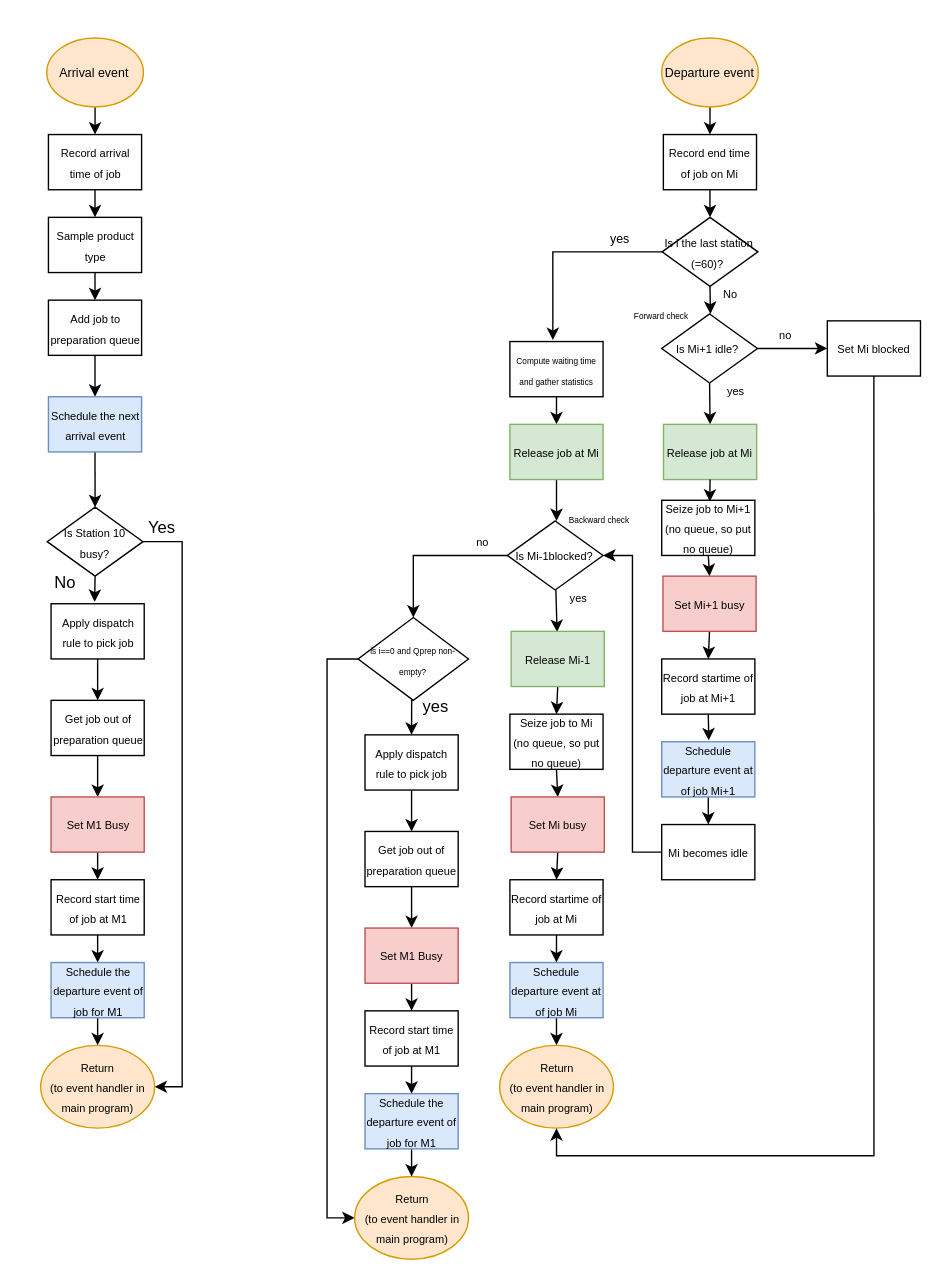
Above: page "4.1.3_2" (2 of 2) of MIC.drawio in Chaiyachet211311/MIC-1CV50 (draw.io), before the change. Source tidied: cells renumbered, new cells numbered last; positions are measured from the earlier drawing's top-left corner, leaving out a move shared by most shapes. Both pictures are drawn from the tidied source at 138%, with x=0, y=0 at pixel (40, 37).
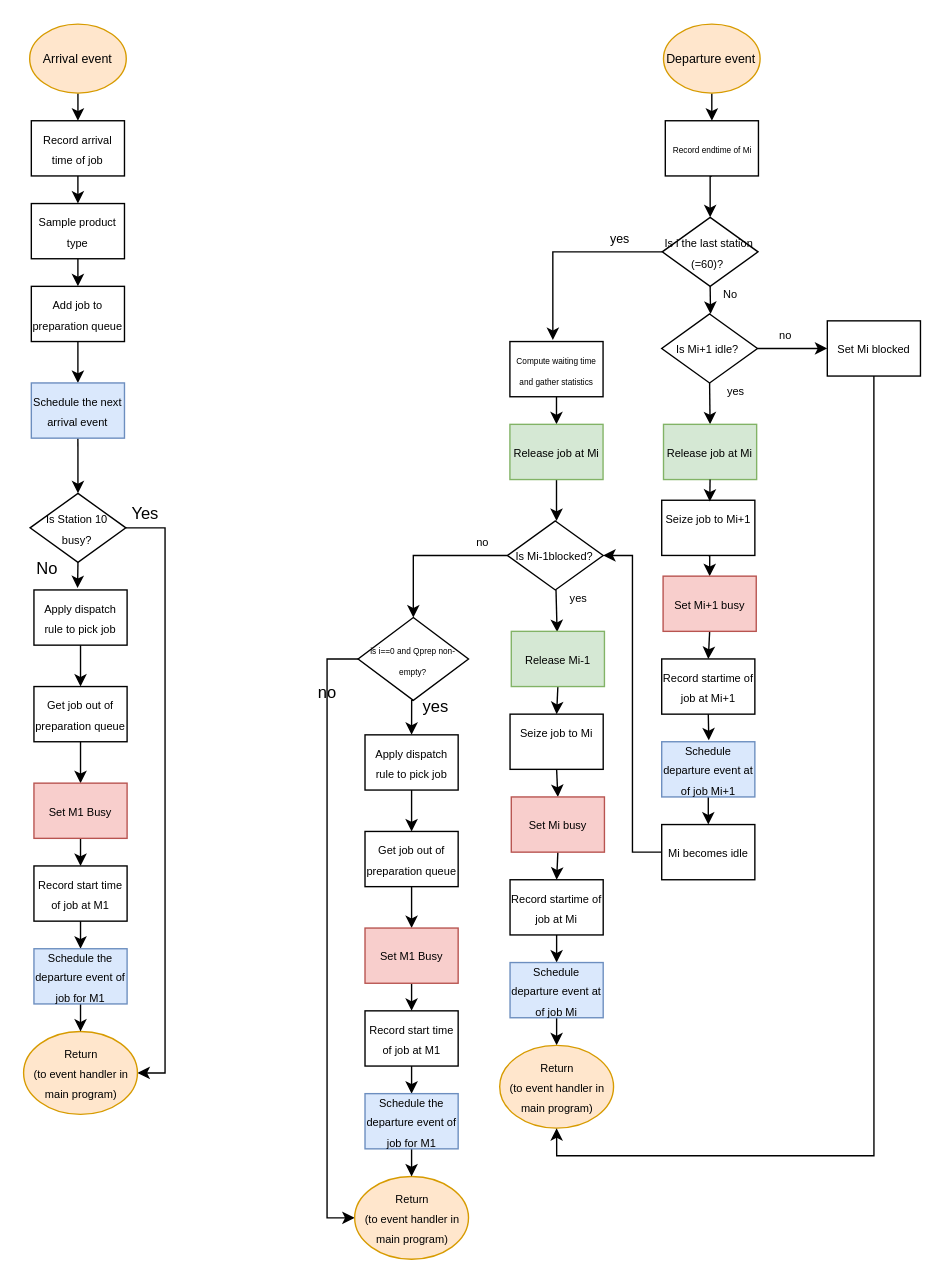
After the change.

Diff of the diagram source:
```diff
@@
     <mxCell id="3" value="&lt;font style=&quot;font-size: 9px;&quot;&gt;Arrival event&lt;/font&gt;" style="ellipse;whiteSpace=wrap;html=1;fillColor=#ffe6cc;strokeColor=#d79b00;" parent="1" vertex="1">
-      <mxGeometry x="4.4" width="70" height="50" as="geometry" />
+      <mxGeometry x="-8" y="-10" width="70" height="50" as="geometry" />
     </mxCell>
@@
     <mxCell id="5" value="&lt;span style=&quot;font-size: 8px;&quot;&gt;Record arrival time of job&lt;/span&gt;" style="rounded=0;whiteSpace=wrap;html=1;" parent="1" vertex="1">
-      <mxGeometry x="5.6" y="70" width="67.5" height="40" as="geometry" />
+      <mxGeometry x="-6.8" y="60" width="67.5" height="40" as="geometry" />
     </mxCell>
@@
     <mxCell id="7" value="&lt;span style=&quot;font-size: 8px;&quot;&gt;Sample product type&lt;/span&gt;" style="rounded=0;whiteSpace=wrap;html=1;" parent="1" vertex="1">
-      <mxGeometry x="5.6" y="130" width="67.5" height="40" as="geometry" />
+      <mxGeometry x="-6.8" y="120" width="67.5" height="40" as="geometry" />
     </mxCell>
@@
     <mxCell id="9" value="&lt;span style=&quot;font-size: 8px;&quot;&gt;Add job to preparation queue&lt;/span&gt;" style="rounded=0;whiteSpace=wrap;html=1;" parent="1" vertex="1">
-      <mxGeometry x="5.6" y="190" width="67.5" height="40" as="geometry" />
+      <mxGeometry x="-6.8" y="180" width="67.5" height="40" as="geometry" />
     </mxCell>
@@
     <mxCell id="11" value="&lt;font style=&quot;font-size: 8px;&quot;&gt;Is Station 10 busy?&lt;/font&gt;" style="rhombus;whiteSpace=wrap;html=1;" parent="1" vertex="1">
-      <mxGeometry x="4.7" y="340" width="69.4" height="50" as="geometry" />
+      <mxGeometry x="-7.7" y="330" width="69.4" height="50" as="geometry" />
     </mxCell>
@@
     <mxCell id="13" value="&lt;span style=&quot;font-size: 8px;&quot;&gt;Apply dispatch rule to pick job&lt;/span&gt;" style="rounded=0;whiteSpace=wrap;html=1;" parent="1" vertex="1">
-      <mxGeometry x="7.5" y="410" width="67.5" height="40" as="geometry" />
+      <mxGeometry x="-4.9" y="400" width="67.5" height="40" as="geometry" />
     </mxCell>
@@
     <mxCell id="15" value="&lt;span style=&quot;font-size: 8px;&quot;&gt;Get job out of preparation queue&lt;/span&gt;" style="rounded=0;whiteSpace=wrap;html=1;" parent="1" vertex="1">
-      <mxGeometry x="7.5" y="480" width="67.5" height="40" as="geometry" />
+      <mxGeometry x="-4.9" y="470" width="67.5" height="40" as="geometry" />
     </mxCell>
     <mxCell id="16" value="&lt;font style=&quot;font-size: 8px;&quot;&gt;Return&lt;/font&gt;&lt;div&gt;&lt;font style=&quot;font-size: 8px;&quot;&gt;(to event handler in main program)&lt;/font&gt;&lt;/div&gt;" style="ellipse;whiteSpace=wrap;html=1;fillColor=#ffe6cc;strokeColor=#d79b00;" parent="1" vertex="1">
-      <mxGeometry y="730" width="82.5" height="60" as="geometry" />
+      <mxGeometry x="-12.4" y="720" width="82.5" height="60" as="geometry" />
     </mxCell>
@@
     <mxCell id="18" value="No" style="text;html=1;whiteSpace=wrap;strokeColor=none;fillColor=none;align=center;verticalAlign=middle;rounded=0;" parent="1" vertex="1">
-      <mxGeometry x="7.5" y="390" width="20" height="10" as="geometry" />
+      <mxGeometry x="-4.9" y="380" width="20" height="10" as="geometry" />
     </mxCell>
     <mxCell id="19" value="Yes" style="text;html=1;whiteSpace=wrap;strokeColor=none;fillColor=none;align=center;verticalAlign=middle;rounded=0;" parent="1" vertex="1">
-      <mxGeometry x="73.1" y="350" width="30" height="10" as="geometry" />
+      <mxGeometry x="60.7" y="340" width="30" height="10" as="geometry" />
     </mxCell>
-    <mxCell id="20" style="edgeStyle=orthogonalEdgeStyle;rounded=0;jettySize=auto;html=1;exitX=0.5;exitY=1;exitDx=0;exitDy=0;entryX=0.5;entryY=0;entryDx=0;entryDy=0;" parent="1" edge="1" source="21" target="23">
-      <mxGeometry relative="1" as="geometry" />
-    </mxCell>
+    <mxCell id="93" style="edgeStyle=orthogonalEdgeStyle;rounded=0;jettySize=auto;html=1;exitX=0.5;exitY=1;exitDx=0;exitDy=0;entryX=0.5;entryY=0;entryDx=0;entryDy=0;" parent="1" edge="1" source="21" target="96">
+      <mxGeometry relative="1" as="geometry" />
+    </mxCell>
     <mxCell id="21" value="&lt;font style=&quot;font-size: 9px;&quot;&gt;Departure event&lt;/font&gt;" style="ellipse;whiteSpace=wrap;html=1;fillColor=#ffe6cc;strokeColor=#d79b00;" parent="1" vertex="1">
-      <mxGeometry x="450" width="70" height="50" as="geometry" />
+      <mxGeometry x="451.3" y="-10" width="70" height="50" as="geometry" />
     </mxCell>
-    <mxCell id="22" style="edgeStyle=orthogonalEdgeStyle;rounded=0;jettySize=auto;html=1;exitX=0.5;exitY=1;exitDx=0;exitDy=0;entryX=0.5;entryY=0;entryDx=0;entryDy=0;" parent="1" edge="1" source="23">
-      <mxGeometry relative="1" as="geometry">
-        <mxPoint x="485" y="130" as="targetPoint" />
-      </mxGeometry>
-    </mxCell>
-    <mxCell id="23" value="&lt;span style=&quot;font-size: 8px;&quot;&gt;Record end time of job on Mi&lt;/span&gt;" style="rounded=0;whiteSpace=wrap;html=1;" parent="1" vertex="1">
-      <mxGeometry x="451.2" y="70" width="67.5" height="40" as="geometry" />
-    </mxCell>
@@
     <mxCell id="25" value="&lt;span style=&quot;font-size: 8px;&quot;&gt;Schedule the next arrival event&lt;/span&gt;" style="rounded=0;whiteSpace=wrap;html=1;fillColor=#dae8fc;strokeColor=#6c8ebf;" parent="1" vertex="1">
-      <mxGeometry x="5.6" y="260" width="67.5" height="40" as="geometry" />
+      <mxGeometry x="-6.8" y="250" width="67.5" height="40" as="geometry" />
     </mxCell>
@@
     <mxCell id="27" value="&lt;span style=&quot;font-size: 8px;&quot;&gt;Set M1 Busy&lt;/span&gt;" style="rounded=0;whiteSpace=wrap;html=1;fillColor=#f8cecc;strokeColor=#b85450;" parent="1" vertex="1">
-      <mxGeometry x="7.5" y="550" width="67.5" height="40" as="geometry" />
+      <mxGeometry x="-4.9" y="540" width="67.5" height="40" as="geometry" />
     </mxCell>
@@
     <mxCell id="29" value="&lt;span style=&quot;font-size: 8px;&quot;&gt;Record start time of job at M1&lt;/span&gt;" style="rounded=0;whiteSpace=wrap;html=1;" parent="1" vertex="1">
-      <mxGeometry x="7.5" y="610" width="67.5" height="40" as="geometry" />
+      <mxGeometry x="-4.9" y="600" width="67.5" height="40" as="geometry" />
     </mxCell>
@@
     <mxCell id="31" value="&lt;span style=&quot;font-size: 8px;&quot;&gt;Schedule the departure event of job for M1&lt;/span&gt;" style="rounded=0;whiteSpace=wrap;html=1;fillColor=#dae8fc;strokeColor=#6c8ebf;" parent="1" vertex="1">
-      <mxGeometry x="7.5" y="670" width="67.5" height="40" as="geometry" />
+      <mxGeometry x="-4.9" y="660" width="67.5" height="40" as="geometry" />
     </mxCell>
     <mxCell id="32" style="edgeStyle=orthogonalEdgeStyle;rounded=0;jettySize=auto;html=1;exitX=0.5;exitY=1;exitDx=0;exitDy=0;entryX=0.5;entryY=0;entryDx=0;entryDy=0;" parent="1" edge="1" source="33">
       <mxGeometry relative="1" as="geometry">
-        <mxPoint x="485.3" y="200" as="targetPoint" />
+        <mxPoint x="485.4" y="200" as="targetPoint" />
       </mxGeometry>
     </mxCell>
     <mxCell id="33" value="&lt;span style=&quot;font-size: 8px;&quot;&gt;Is i the last station (=60)?&amp;nbsp;&lt;/span&gt;" style="rhombus;whiteSpace=wrap;html=1;" parent="1" vertex="1">
-      <mxGeometry x="450.3" y="130" width="69.4" height="50" as="geometry" />
+      <mxGeometry x="450.4" y="130" width="69.4" height="50" as="geometry" />
     </mxCell>
@@
     <mxCell id="42" value="&lt;span style=&quot;font-size: 8px;&quot;&gt;Is Mi-1blocked?&lt;/span&gt;" style="rhombus;whiteSpace=wrap;html=1;" parent="1" vertex="1">
-      <mxGeometry x="338.1" y="350" width="69.4" height="50" as="geometry" />
+      <mxGeometry x="338.2" y="350" width="69.4" height="50" as="geometry" />
     </mxCell>
     <mxCell id="43" style="edgeStyle=orthogonalEdgeStyle;rounded=0;orthogonalLoop=1;jettySize=auto;html=1;exitX=0.5;exitY=1;exitDx=0;exitDy=0;entryX=0.526;entryY=0.013;entryDx=0;entryDy=0;entryPerimeter=0;" parent="1" edge="1">
       <mxGeometry relative="1" as="geometry">
-        <mxPoint x="373.3" y="400" as="sourcePoint" />
+        <mxPoint x="373.4" y="400" as="sourcePoint" />
         <mxPoint x="374.2" y="430.5" as="targetPoint" />
       </mxGeometry>
     </mxCell>
@@
     <mxCell id="46" value="&lt;font style=&quot;font-size: 8px;&quot;&gt;Release Mi-1&lt;/font&gt;" style="rounded=0;whiteSpace=wrap;html=1;fillColor=#d5e8d4;strokeColor=#82b366;" parent="1" vertex="1">
-      <mxGeometry x="340.9" y="430" width="67.5" height="40" as="geometry" />
+      <mxGeometry x="341" y="430" width="67.5" height="40" as="geometry" />
     </mxCell>
@@
-    <mxCell id="48" value="&lt;span style=&quot;font-size: 8px;&quot;&gt;Seize job to Mi&lt;/span&gt;&lt;div&gt;&lt;span style=&quot;font-size: 8px;&quot;&gt;(no queue, so put no queue)&lt;/span&gt;&lt;/div&gt;" style="rounded=0;whiteSpace=wrap;html=1;" parent="1" vertex="1">
-      <mxGeometry x="340" y="490" width="67.5" height="40" as="geometry" />
+    <mxCell id="48" value="&lt;span style=&quot;font-size: 8px;&quot;&gt;Seize job to Mi&lt;/span&gt;&lt;div&gt;&lt;br&gt;&lt;/div&gt;" style="rounded=0;whiteSpace=wrap;html=1;" parent="1" vertex="1">
+      <mxGeometry x="340.1" y="490" width="67.5" height="40" as="geometry" />
     </mxCell>
@@
     <mxCell id="50" value="&lt;span style=&quot;font-size: 8px;&quot;&gt;Set Mi busy&lt;/span&gt;" style="rounded=0;whiteSpace=wrap;html=1;fillColor=#f8cecc;strokeColor=#b85450;" parent="1" vertex="1">
-      <mxGeometry x="340.9" y="550" width="67.5" height="40" as="geometry" />
+      <mxGeometry x="341" y="550" width="67.5" height="40" as="geometry" />
     </mxCell>
@@
     <mxCell id="52" value="&lt;span style=&quot;font-size: 8px;&quot;&gt;Record startime of job at Mi&lt;/span&gt;" style="rounded=0;whiteSpace=wrap;html=1;" parent="1" vertex="1">
-      <mxGeometry x="340" y="610" width="67.5" height="40" as="geometry" />
+      <mxGeometry x="340.1" y="610" width="67.5" height="40" as="geometry" />
     </mxCell>
@@
     <mxCell id="54" value="&lt;span style=&quot;font-size: 8px;&quot;&gt;Schedule departure event at of job Mi&lt;/span&gt;" style="rounded=0;whiteSpace=wrap;html=1;fillColor=#dae8fc;strokeColor=#6c8ebf;" parent="1" vertex="1">
-      <mxGeometry x="340" y="670" width="67.5" height="40" as="geometry" />
+      <mxGeometry x="340.1" y="670" width="67.5" height="40" as="geometry" />
     </mxCell>
     <mxCell id="55" value="&lt;font style=&quot;font-size: 8px;&quot;&gt;Return&lt;/font&gt;&lt;div&gt;&lt;font style=&quot;font-size: 8px;&quot;&gt;(to event handler in main program)&lt;/font&gt;&lt;/div&gt;" style="ellipse;whiteSpace=wrap;html=1;fillColor=#ffe6cc;strokeColor=#d79b00;" parent="1" vertex="1">
-      <mxGeometry x="332.5" y="730" width="82.5" height="60" as="geometry" />
+      <mxGeometry x="332.6" y="730" width="82.5" height="60" as="geometry" />
     </mxCell>
@@
-    <mxCell id="61" value="&lt;span style=&quot;font-size: 8px;&quot;&gt;Seize job to Mi+1&lt;/span&gt;&lt;div&gt;&lt;span style=&quot;font-size: 8px;&quot;&gt;(no queue, so put no queue)&lt;/span&gt;&lt;/div&gt;" style="rounded=0;whiteSpace=wrap;html=1;" parent="1" vertex="1">
+    <mxCell id="61" value="&lt;span style=&quot;font-size: 8px;&quot;&gt;Seize job to Mi+1&lt;/span&gt;&lt;div&gt;&lt;br&gt;&lt;/div&gt;" style="rounded=0;whiteSpace=wrap;html=1;" parent="1" vertex="1">
       <mxGeometry x="450" y="335" width="67.5" height="40" as="geometry" />
     </mxCell>
@@
     <mxCell id="63" value="&lt;span style=&quot;font-size: 8px;&quot;&gt;Set Mi+1 busy&lt;/span&gt;" style="rounded=0;whiteSpace=wrap;html=1;fillColor=#f8cecc;strokeColor=#b85450;" parent="1" vertex="1">
-      <mxGeometry x="450.9" y="390" width="67.5" height="40" as="geometry" />
+      <mxGeometry x="451" y="390" width="67.5" height="40" as="geometry" />
     </mxCell>
@@
-    <mxCell id="91" value="&lt;font style=&quot;font-size: 6px;&quot;&gt;Backward check&lt;/font&gt;" style="text;html=1;whiteSpace=wrap;strokeColor=none;fillColor=none;align=center;verticalAlign=middle;rounded=0;" parent="1" vertex="1">
-      <mxGeometry x="380" y="337.5" width="50" height="20" as="geometry" />
-    </mxCell>
-    <mxCell id="92" value="&lt;font style=&quot;font-size: 6px;&quot;&gt;Forward check&lt;/font&gt;" style="text;html=1;whiteSpace=wrap;strokeColor=none;fillColor=none;align=center;verticalAlign=middle;rounded=0;" parent="1" vertex="1">
-      <mxGeometry x="420" y="190" width="60" height="20" as="geometry" />
-    </mxCell>
+    <mxCell id="94" value="no" style="text;html=1;whiteSpace=wrap;strokeColor=none;fillColor=none;align=center;verticalAlign=middle;rounded=0;" parent="1" vertex="1">
+      <mxGeometry x="177.6" y="460" width="60" height="30" as="geometry" />
+    </mxCell>
+    <mxCell id="95" style="edgeStyle=orthogonalEdgeStyle;rounded=0;jettySize=auto;html=1;exitX=0.5;exitY=1;exitDx=0;exitDy=0;entryX=0.5;entryY=0;entryDx=0;entryDy=0;" parent="1" edge="1" source="96" target="33">
+      <mxGeometry relative="1" as="geometry" />
+    </mxCell>
+    <mxCell id="96" value="&lt;span style=&quot;font-size: 6px;&quot;&gt;Record endtime of Mi&lt;/span&gt;" style="rounded=0;whiteSpace=wrap;html=1;" parent="1" vertex="1">
+      <mxGeometry x="452.6" y="60" width="67.5" height="40" as="geometry" />
+    </mxCell>
```
